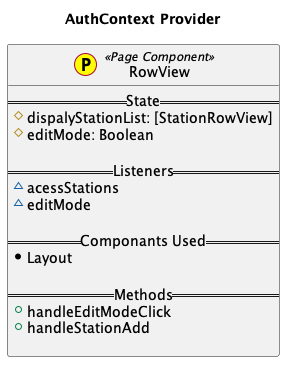
grid-rider/Computer_Science_IA_EntrySystem_Website keeps this PlantUML diagram as entry_system_website/UML_Diagrams/Pages/StationView.png. Above is the earlier version. The source it was exported from:
```plantuml
@startuml
title AuthContext Provider

class RowView << (P,yellow) Page Component>> {
    == State ==
     #dispalyStationList: [StationRowView]
     #editMode: Boolean

    == Listeners ==
     ~acessStations
     ~editMode

    == Componants Used ==
     *Layout

    == Methods ==
     +handleEditModeClick
     +handleStationAdd

}

@enduml
```
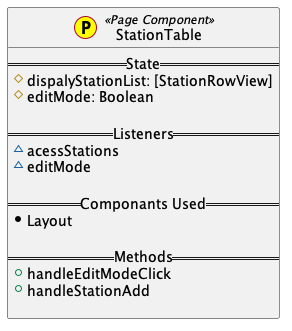
The same diagram one commit later.

Change to the diagram source:
```diff
@@ -1,7 +1,6 @@
 @startuml
-title AuthContext Provider
 
-class RowView << (P,yellow) Page Component>> {
+class StationTable << (P,yellow) Page Component>> {
     == State ==
      #dispalyStationList: [StationRowView]
      #editMode: Boolean
```
